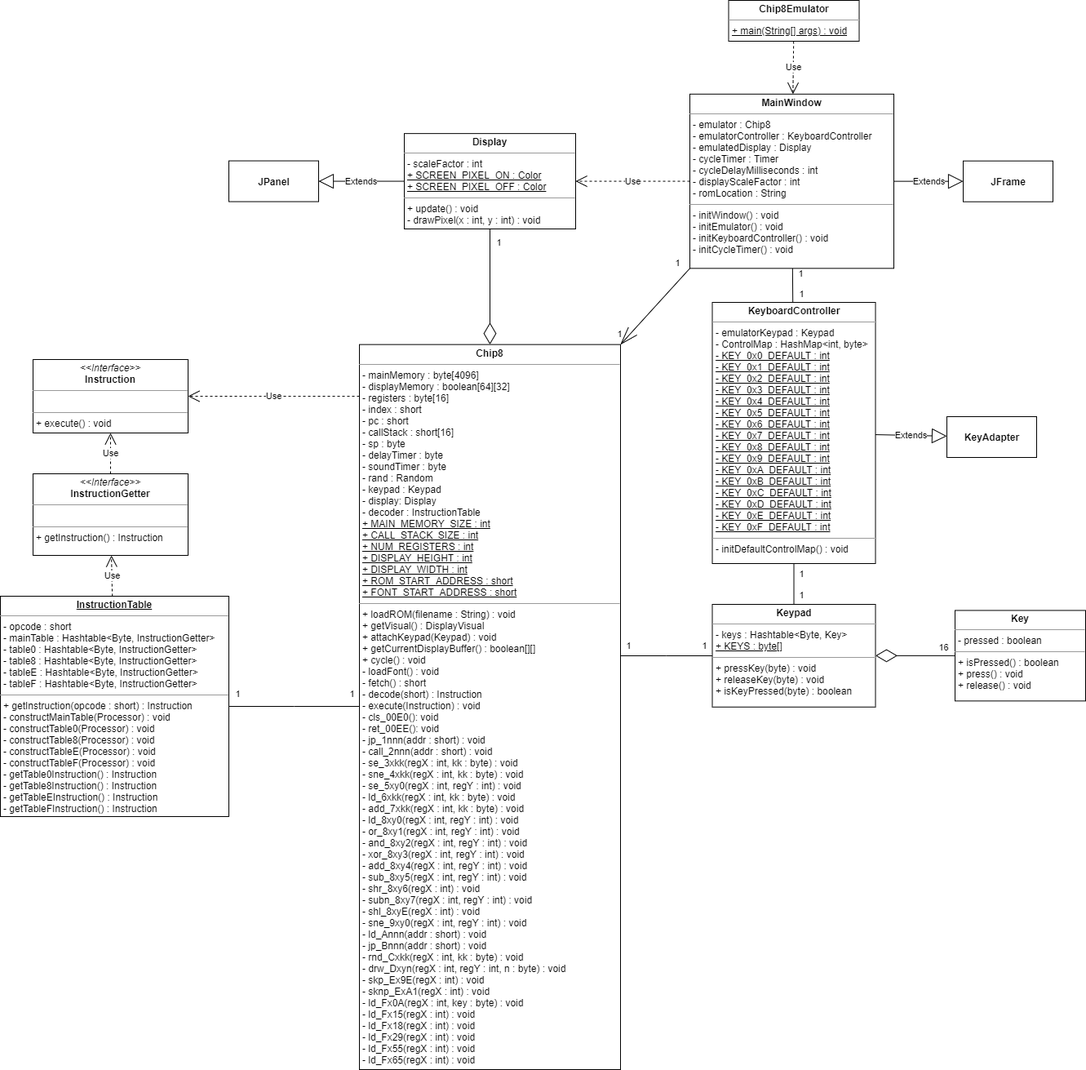
Pokepeople02/Chip8 keeps this draw.io diagram as diagrams/ClassDiagram.png. Above is the earlier version. Source tidied: cells renumbered, new cells last; positions are measured from the earlier drawing's top-left corner, leaving out a move shared by most shapes.
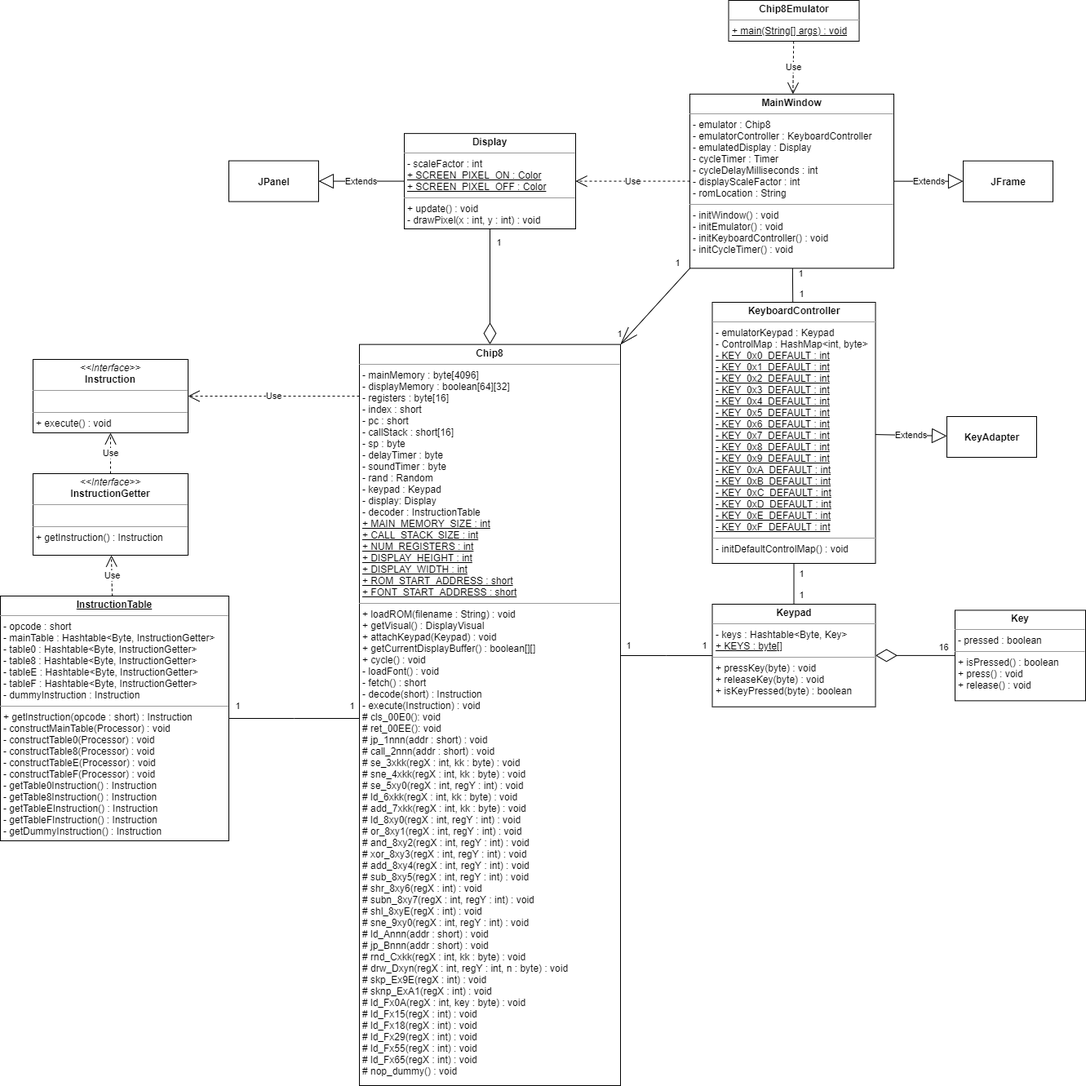
After the commit.

Commit message:
Made further modifications to class diagram.

Added dummy nop instruction and modified InstructionTable and Chip8
accordingly.
Changed access level for Chip8 instruction methods from public to
protected for more appropriate information hiding.

Change to the diagram source:
```diff
@@ -15,8 +15,8 @@
         <mxPoint y="-15.3" as="offset" />
       </mxGeometry>
     </mxCell>
-    <mxCell id="5" value="&lt;p style=&quot;margin: 0px ; margin-top: 4px ; text-align: center&quot;&gt;&lt;b&gt;Chip8&lt;/b&gt;&lt;/p&gt;&lt;hr size=&quot;1&quot;&gt;&lt;p style=&quot;margin: 0px ; margin-left: 4px&quot;&gt;- mainMemory : byte[4096]&lt;/p&gt;&lt;p style=&quot;margin: 0px ; margin-left: 4px&quot;&gt;- displayMemory : boolean[64][32]&lt;/p&gt;&lt;p style=&quot;margin: 0px 0px 0px 4px&quot;&gt;- registers : byte[16]&lt;/p&gt;&lt;p style=&quot;margin: 0px 0px 0px 4px&quot;&gt;- index : short&lt;/p&gt;&lt;p style=&quot;margin: 0px 0px 0px 4px&quot;&gt;- pc : short&lt;/p&gt;&lt;p style=&quot;margin: 0px 0px 0px 4px&quot;&gt;- callStack : short[16]&lt;/p&gt;&lt;p style=&quot;margin: 0px 0px 0px 4px&quot;&gt;- sp : byte&lt;/p&gt;&lt;p style=&quot;margin: 0px 0px 0px 4px&quot;&gt;- delayTimer : byte&lt;/p&gt;&lt;p style=&quot;margin: 0px 0px 0px 4px&quot;&gt;- soundTimer : byte&lt;/p&gt;&lt;p style=&quot;margin: 0px 0px 0px 4px&quot;&gt;- rand : Random&lt;/p&gt;&lt;p style=&quot;margin: 0px ; margin-left: 4px&quot;&gt;- keypad : Keypad&lt;/p&gt;&lt;p style=&quot;margin: 0px ; margin-left: 4px&quot;&gt;- display: Display&lt;br&gt;&lt;/p&gt;&lt;p style=&quot;margin: 0px ; margin-left: 4px&quot;&gt;- decoder : InstructionTable&lt;/p&gt;&lt;p style=&quot;margin: 0px ; margin-left: 4px&quot;&gt;&lt;u&gt;+ MAIN_MEMORY_SIZE : int&lt;/u&gt;&lt;/p&gt;&lt;p style=&quot;margin: 0px 0px 0px 4px&quot;&gt;&lt;u&gt;+ CALL_STACK_SIZE : int&lt;/u&gt;&lt;/p&gt;&lt;p style=&quot;margin: 0px 0px 0px 4px&quot;&gt;&lt;u&gt;+ NUM_REGISTERS : int&lt;/u&gt;&lt;/p&gt;&lt;p style=&quot;margin: 0px ; margin-left: 4px&quot;&gt;&lt;u&gt;+ DISPLAY_HEIGHT : int&lt;/u&gt;&lt;/p&gt;&lt;p style=&quot;margin: 0px ; margin-left: 4px&quot;&gt;&lt;u&gt;+ DISPLAY_WIDTH : int&lt;/u&gt;&lt;/p&gt;&lt;p style=&quot;margin: 0px ; margin-left: 4px&quot;&gt;&lt;u&gt;+ ROM_START_ADDRESS : short&lt;/u&gt;&lt;/p&gt;&lt;p style=&quot;margin: 0px ; margin-left: 4px&quot;&gt;&lt;u&gt;+ FONT_START_ADDRESS : short&lt;/u&gt;&lt;/p&gt;&lt;hr size=&quot;1&quot;&gt;&lt;p style=&quot;margin: 0px ; margin-left: 4px&quot;&gt;+ loadROM(filename : String) : void&lt;/p&gt;&lt;p style=&quot;margin: 0px ; margin-left: 4px&quot;&gt;+ getVisual() : DisplayVisual&lt;/p&gt;&lt;p style=&quot;margin: 0px ; margin-left: 4px&quot;&gt;+ attachKeypad(Keypad) : void&lt;br&gt;&lt;/p&gt;&lt;p style=&quot;margin: 0px ; margin-left: 4px&quot;&gt;+ getCurrentDisplayBuffer() : boolean[][]&lt;br&gt;&lt;/p&gt;&lt;p style=&quot;margin: 0px ; margin-left: 4px&quot;&gt;+ cycle() : void&lt;br&gt;&lt;/p&gt;&lt;p style=&quot;margin: 0px ; margin-left: 4px&quot;&gt;- loadFont() : void&lt;/p&gt;&lt;p style=&quot;margin: 0px ; margin-left: 4px&quot;&gt;- fetch() : short&lt;/p&gt;&lt;p style=&quot;margin: 0px ; margin-left: 4px&quot;&gt;- decode(short) : Instruction&lt;/p&gt;&lt;p style=&quot;margin: 0px ; margin-left: 4px&quot;&gt;- execute(Instruction) : void&lt;/p&gt;&lt;p style=&quot;margin: 0px 0px 0px 4px&quot;&gt;- cls_00E0(): void&lt;br&gt;&lt;/p&gt;&lt;p style=&quot;margin: 0px 0px 0px 4px&quot;&gt;- ret_00EE(): void&lt;/p&gt;&lt;p style=&quot;margin: 0px 0px 0px 4px&quot;&gt;- jp_1nnn(addr : short) : void&lt;/p&gt;&lt;p style=&quot;margin: 0px 0px 0px 4px&quot;&gt;- call_2nnn(addr : short) : void&lt;/p&gt;&lt;p style=&quot;margin: 0px 0px 0px 4px&quot;&gt;- se_3xkk(regX : int, kk : byte) : void&lt;/p&gt;&lt;p style=&quot;margin: 0px 0px 0px 4px&quot;&gt;- sne_4xkk(regX : int, kk : byte) : void&lt;/p&gt;&lt;p style=&quot;margin: 0px 0px 0px 4px&quot;&gt;- se_5xy0(regX : int, regY : int) : void&lt;/p&gt;&lt;p style=&quot;margin: 0px 0px 0px 4px&quot;&gt;- ld_6xkk(regX : int, kk : byte) : void&lt;/p&gt;&lt;p style=&quot;margin: 0px 0px 0px 4px&quot;&gt;- add_7xkk(regX : int, kk : byte) : void&lt;/p&gt;&lt;p style=&quot;margin: 0px 0px 0px 4px&quot;&gt;- ld_8xy0(regX : int, regY : int) : void&lt;/p&gt;&lt;p style=&quot;margin: 0px 0px 0px 4px&quot;&gt;- or_8xy1(regX : int, regY : int) : void&lt;/p&gt;&lt;p style=&quot;margin: 0px 0px 0px 4px&quot;&gt;- and_8xy2(regX : int, regY : int) : void&lt;/p&gt;&lt;p style=&quot;margin: 0px 0px 0px 4px&quot;&gt;- xor_8xy3(regX : int, regY : int) : void&lt;/p&gt;&lt;p style=&quot;margin: 0px 0px 0px 4px&quot;&gt;- add_8xy4(regX : int, regY : int) : void&lt;/p&gt;&lt;p style=&quot;margin: 0px 0px 0px 4px&quot;&gt;- sub_8xy5(regX : int, regY : int) : void&lt;/p&gt;&lt;p style=&quot;margin: 0px 0px 0px 4px&quot;&gt;- shr_8xy6(regX : int) : void&lt;/p&gt;&lt;p style=&quot;margin: 0px 0px 0px 4px&quot;&gt;- subn_8xy7(regX : int, regY : int) : void&lt;/p&gt;&lt;p style=&quot;margin: 0px 0px 0px 4px&quot;&gt;- shl_8xyE(regX : int) : void&lt;/p&gt;&lt;p style=&quot;margin: 0px 0px 0px 4px&quot;&gt;- sne_9xy0(regX : int, regY : int) : void&lt;/p&gt;&lt;p style=&quot;margin: 0px 0px 0px 4px&quot;&gt;- ld_Annn(addr : short) : void&lt;/p&gt;&lt;p style=&quot;margin: 0px 0px 0px 4px&quot;&gt;- jp_Bnnn(addr : short) : void&lt;/p&gt;&lt;p style=&quot;margin: 0px 0px 0px 4px&quot;&gt;- rnd_Cxkk(regX : int, kk : byte) : void&lt;/p&gt;&lt;p style=&quot;margin: 0px 0px 0px 4px&quot;&gt;- drw_Dxyn(regX : int, regY : int, n : byte) : void&lt;/p&gt;&lt;p style=&quot;margin: 0px 0px 0px 4px&quot;&gt;- skp_Ex9E(regX : int) : void&lt;/p&gt;&lt;p style=&quot;margin: 0px 0px 0px 4px&quot;&gt;- sknp_ExA1(regX : int) : void&lt;/p&gt;&lt;p style=&quot;margin: 0px 0px 0px 4px&quot;&gt;- ld_Fx0A(regX : int, key : byte) : void&lt;/p&gt;&lt;p style=&quot;margin: 0px 0px 0px 4px&quot;&gt;- ld_Fx15(regX : int) : void&lt;/p&gt;&lt;p style=&quot;margin: 0px 0px 0px 4px&quot;&gt;- ld_Fx18(regX : int) : void&lt;/p&gt;&lt;p style=&quot;margin: 0px 0px 0px 4px&quot;&gt;- ld_Fx29(regX : int) : void&lt;/p&gt;&lt;p style=&quot;margin: 0px 0px 0px 4px&quot;&gt;- ld_Fx55(regX : int) : void&lt;/p&gt;&lt;p style=&quot;margin: 0px 0px 0px 4px&quot;&gt;- ld_Fx65(regX : int) : void&lt;/p&gt;" style="verticalAlign=top;align=left;overflow=fill;fontSize=12;fontFamily=Helvetica;html=1;" parent="1" vertex="1">
-      <mxGeometry x="440" y="421.6" width="320" height="888.4" as="geometry" />
+    <mxCell id="5" value="&lt;p style=&quot;margin: 0px ; margin-top: 4px ; text-align: center&quot;&gt;&lt;b&gt;Chip8&lt;/b&gt;&lt;/p&gt;&lt;hr size=&quot;1&quot;&gt;&lt;p style=&quot;margin: 0px ; margin-left: 4px&quot;&gt;- mainMemory : byte[4096]&lt;/p&gt;&lt;p style=&quot;margin: 0px ; margin-left: 4px&quot;&gt;- displayMemory : boolean[64][32]&lt;/p&gt;&lt;p style=&quot;margin: 0px 0px 0px 4px&quot;&gt;- registers : byte[16]&lt;/p&gt;&lt;p style=&quot;margin: 0px 0px 0px 4px&quot;&gt;- index : short&lt;/p&gt;&lt;p style=&quot;margin: 0px 0px 0px 4px&quot;&gt;- pc : short&lt;/p&gt;&lt;p style=&quot;margin: 0px 0px 0px 4px&quot;&gt;- callStack : short[16]&lt;/p&gt;&lt;p style=&quot;margin: 0px 0px 0px 4px&quot;&gt;- sp : byte&lt;/p&gt;&lt;p style=&quot;margin: 0px 0px 0px 4px&quot;&gt;- delayTimer : byte&lt;/p&gt;&lt;p style=&quot;margin: 0px 0px 0px 4px&quot;&gt;- soundTimer : byte&lt;/p&gt;&lt;p style=&quot;margin: 0px 0px 0px 4px&quot;&gt;- rand : Random&lt;/p&gt;&lt;p style=&quot;margin: 0px ; margin-left: 4px&quot;&gt;- keypad : Keypad&lt;/p&gt;&lt;p style=&quot;margin: 0px ; margin-left: 4px&quot;&gt;- display: Display&lt;br&gt;&lt;/p&gt;&lt;p style=&quot;margin: 0px ; margin-left: 4px&quot;&gt;- decoder : InstructionTable&lt;/p&gt;&lt;p style=&quot;margin: 0px ; margin-left: 4px&quot;&gt;&lt;u&gt;+ MAIN_MEMORY_SIZE : int&lt;/u&gt;&lt;/p&gt;&lt;p style=&quot;margin: 0px 0px 0px 4px&quot;&gt;&lt;u&gt;+ CALL_STACK_SIZE : int&lt;/u&gt;&lt;/p&gt;&lt;p style=&quot;margin: 0px 0px 0px 4px&quot;&gt;&lt;u&gt;+ NUM_REGISTERS : int&lt;/u&gt;&lt;/p&gt;&lt;p style=&quot;margin: 0px ; margin-left: 4px&quot;&gt;&lt;u&gt;+ DISPLAY_HEIGHT : int&lt;/u&gt;&lt;/p&gt;&lt;p style=&quot;margin: 0px ; margin-left: 4px&quot;&gt;&lt;u&gt;+ DISPLAY_WIDTH : int&lt;/u&gt;&lt;/p&gt;&lt;p style=&quot;margin: 0px ; margin-left: 4px&quot;&gt;&lt;u&gt;+ ROM_START_ADDRESS : short&lt;/u&gt;&lt;/p&gt;&lt;p style=&quot;margin: 0px ; margin-left: 4px&quot;&gt;&lt;u&gt;+ FONT_START_ADDRESS : short&lt;/u&gt;&lt;/p&gt;&lt;hr size=&quot;1&quot;&gt;&lt;p style=&quot;margin: 0px ; margin-left: 4px&quot;&gt;+ loadROM(filename : String) : void&lt;/p&gt;&lt;p style=&quot;margin: 0px ; margin-left: 4px&quot;&gt;+ getVisual() : DisplayVisual&lt;/p&gt;&lt;p style=&quot;margin: 0px ; margin-left: 4px&quot;&gt;+ attachKeypad(Keypad) : void&lt;br&gt;&lt;/p&gt;&lt;p style=&quot;margin: 0px ; margin-left: 4px&quot;&gt;+ getCurrentDisplayBuffer() : boolean[][]&lt;br&gt;&lt;/p&gt;&lt;p style=&quot;margin: 0px ; margin-left: 4px&quot;&gt;+ cycle() : void&lt;br&gt;&lt;/p&gt;&lt;p style=&quot;margin: 0px ; margin-left: 4px&quot;&gt;- loadFont() : void&lt;/p&gt;&lt;p style=&quot;margin: 0px ; margin-left: 4px&quot;&gt;- fetch() : short&lt;/p&gt;&lt;p style=&quot;margin: 0px ; margin-left: 4px&quot;&gt;- decode(short) : Instruction&lt;/p&gt;&lt;p style=&quot;margin: 0px ; margin-left: 4px&quot;&gt;- execute(Instruction) : void&lt;/p&gt;&lt;p style=&quot;margin: 0px 0px 0px 4px&quot;&gt;# cls_00E0(): void&lt;br&gt;&lt;/p&gt;&lt;p style=&quot;margin: 0px 0px 0px 4px&quot;&gt;# ret_00EE(): void&lt;/p&gt;&lt;p style=&quot;margin: 0px 0px 0px 4px&quot;&gt;# jp_1nnn(addr : short) : void&lt;/p&gt;&lt;p style=&quot;margin: 0px 0px 0px 4px&quot;&gt;# call_2nnn(addr : short) : void&lt;/p&gt;&lt;p style=&quot;margin: 0px 0px 0px 4px&quot;&gt;# se_3xkk(regX : int, kk : byte) : void&lt;/p&gt;&lt;p style=&quot;margin: 0px 0px 0px 4px&quot;&gt;# sne_4xkk(regX : int, kk : byte) : void&lt;/p&gt;&lt;p style=&quot;margin: 0px 0px 0px 4px&quot;&gt;# se_5xy0(regX : int, regY : int) : void&lt;/p&gt;&lt;p style=&quot;margin: 0px 0px 0px 4px&quot;&gt;# ld_6xkk(regX : int, kk : byte) : void&lt;/p&gt;&lt;p style=&quot;margin: 0px 0px 0px 4px&quot;&gt;# add_7xkk(regX : int, kk : byte) : void&lt;/p&gt;&lt;p style=&quot;margin: 0px 0px 0px 4px&quot;&gt;# ld_8xy0(regX : int, regY : int) : void&lt;/p&gt;&lt;p style=&quot;margin: 0px 0px 0px 4px&quot;&gt;# or_8xy1(regX : int, regY : int) : void&lt;/p&gt;&lt;p style=&quot;margin: 0px 0px 0px 4px&quot;&gt;# and_8xy2(regX : int, regY : int) : void&lt;/p&gt;&lt;p style=&quot;margin: 0px 0px 0px 4px&quot;&gt;# xor_8xy3(regX : int, regY : int) : void&lt;/p&gt;&lt;p style=&quot;margin: 0px 0px 0px 4px&quot;&gt;# add_8xy4(regX : int, regY : int) : void&lt;/p&gt;&lt;p style=&quot;margin: 0px 0px 0px 4px&quot;&gt;# sub_8xy5(regX : int, regY : int) : void&lt;/p&gt;&lt;p style=&quot;margin: 0px 0px 0px 4px&quot;&gt;# shr_8xy6(regX : int) : void&lt;/p&gt;&lt;p style=&quot;margin: 0px 0px 0px 4px&quot;&gt;# subn_8xy7(regX : int, regY : int) : void&lt;/p&gt;&lt;p style=&quot;margin: 0px 0px 0px 4px&quot;&gt;# shl_8xyE(regX : int) : void&lt;/p&gt;&lt;p style=&quot;margin: 0px 0px 0px 4px&quot;&gt;# sne_9xy0(regX : int, regY : int) : void&lt;/p&gt;&lt;p style=&quot;margin: 0px 0px 0px 4px&quot;&gt;# ld_Annn(addr : short) : void&lt;/p&gt;&lt;p style=&quot;margin: 0px 0px 0px 4px&quot;&gt;# jp_Bnnn(addr : short) : void&lt;/p&gt;&lt;p style=&quot;margin: 0px 0px 0px 4px&quot;&gt;# rnd_Cxkk(regX : int, kk : byte) : void&lt;/p&gt;&lt;p style=&quot;margin: 0px 0px 0px 4px&quot;&gt;# drw_Dxyn(regX : int, regY : int, n : byte) : void&lt;/p&gt;&lt;p style=&quot;margin: 0px 0px 0px 4px&quot;&gt;# skp_Ex9E(regX : int) : void&lt;/p&gt;&lt;p style=&quot;margin: 0px 0px 0px 4px&quot;&gt;# sknp_ExA1(regX : int) : void&lt;/p&gt;&lt;p style=&quot;margin: 0px 0px 0px 4px&quot;&gt;# ld_Fx0A(regX : int, key : byte) : void&lt;/p&gt;&lt;p style=&quot;margin: 0px 0px 0px 4px&quot;&gt;# ld_Fx15(regX : int) : void&lt;/p&gt;&lt;p style=&quot;margin: 0px 0px 0px 4px&quot;&gt;# ld_Fx18(regX : int) : void&lt;/p&gt;&lt;p style=&quot;margin: 0px 0px 0px 4px&quot;&gt;# ld_Fx29(regX : int) : void&lt;/p&gt;&lt;p style=&quot;margin: 0px 0px 0px 4px&quot;&gt;# ld_Fx55(regX : int) : void&lt;/p&gt;&lt;p style=&quot;margin: 0px 0px 0px 4px&quot;&gt;# ld_Fx65(regX : int) : void&lt;/p&gt;&lt;p style=&quot;margin: 0px 0px 0px 4px&quot;&gt;# nop_dummy() : void&lt;/p&gt;" style="verticalAlign=top;align=left;overflow=fill;fontSize=12;fontFamily=Helvetica;html=1;" parent="1" vertex="1">
+      <mxGeometry x="440" y="421.6" width="320" height="908.4" as="geometry" />
     </mxCell>
     <mxCell id="6" style="edgeStyle=elbowEdgeStyle;rounded=0;jettySize=auto;elbow=vertical;html=1;endArrow=none;endFill=0;" parent="1" edge="1" source="9" target="5">
       <mxGeometry relative="1" as="geometry" />
@@ -45,8 +45,8 @@
         <mxPoint y="-13" as="offset" />
       </mxGeometry>
     </mxCell>
-    <mxCell id="13" value="&lt;p style=&quot;margin: 0px ; margin-top: 4px ; text-align: center&quot;&gt;&lt;b&gt;&lt;u&gt;InstructionTable&lt;/u&gt;&lt;/b&gt;&lt;/p&gt;&lt;hr size=&quot;1&quot;&gt;&lt;p style=&quot;margin: 0px ; margin-left: 4px&quot;&gt;- opcode : short&lt;br&gt;&lt;/p&gt;&lt;p style=&quot;margin: 0px ; margin-left: 4px&quot;&gt;&lt;span&gt;- mainTable : Hashtable&amp;lt;Byte, InstructionGetter&amp;gt;&lt;/span&gt;&lt;/p&gt;&lt;p style=&quot;margin: 0px ; margin-left: 4px&quot;&gt;&lt;span&gt;- table0 : Hashtable&amp;lt;Byte,&amp;nbsp;&lt;/span&gt;InstructionGetter&lt;span&gt;&amp;gt;&lt;/span&gt;&lt;/p&gt;&lt;p style=&quot;margin: 0px ; margin-left: 4px&quot;&gt;&lt;span&gt;- table8 : Hashtable&amp;lt;Byte,&amp;nbsp;&lt;/span&gt;InstructionGetter&lt;span&gt;&amp;gt;&lt;/span&gt;&lt;/p&gt;&lt;p style=&quot;margin: 0px ; margin-left: 4px&quot;&gt;&lt;span&gt;- tableE : Hashtable&amp;lt;Byte,&amp;nbsp;&lt;/span&gt;InstructionGetter&lt;span&gt;&amp;gt;&lt;/span&gt;&lt;/p&gt;&lt;p style=&quot;margin: 0px ; margin-left: 4px&quot;&gt;&lt;span&gt;- tableF : Hashtable&amp;lt;Byte,&amp;nbsp;&lt;/span&gt;InstructionGetter&lt;span&gt;&amp;gt;&lt;/span&gt;&lt;/p&gt;&lt;hr size=&quot;1&quot;&gt;&lt;p style=&quot;margin: 0px ; margin-left: 4px&quot;&gt;+ getInstruction(opcode : short) : Instruction&lt;br&gt;&lt;/p&gt;&lt;p style=&quot;margin: 0px ; margin-left: 4px&quot;&gt;- constructMainTable(Processor) : void&lt;/p&gt;&lt;p style=&quot;margin: 0px ; margin-left: 4px&quot;&gt;- constructTable0(Processor) : void&lt;/p&gt;&lt;p style=&quot;margin: 0px ; margin-left: 4px&quot;&gt;- constructTable8(Processor) : void&lt;/p&gt;&lt;p style=&quot;margin: 0px ; margin-left: 4px&quot;&gt;- constructTableE(Processor) : void&lt;/p&gt;&lt;p style=&quot;margin: 0px ; margin-left: 4px&quot;&gt;- constructTableF(Processor) : void&lt;/p&gt;&lt;p style=&quot;margin: 0px ; margin-left: 4px&quot;&gt;- getTable0Instruction() : Instruction&lt;/p&gt;&lt;p style=&quot;margin: 0px ; margin-left: 4px&quot;&gt;- getTable8Instruction() : Instruction&lt;/p&gt;&lt;p style=&quot;margin: 0px ; margin-left: 4px&quot;&gt;- getTableEInstruction() : Instruction&lt;/p&gt;&lt;p style=&quot;margin: 0px ; margin-left: 4px&quot;&gt;- getTableFInstruction() : Instruction&lt;/p&gt;" style="verticalAlign=top;align=left;overflow=fill;fontSize=12;fontFamily=Helvetica;html=1;" parent="1" vertex="1">
-      <mxGeometry y="730" width="280" height="270" as="geometry" />
+    <mxCell id="13" value="&lt;p style=&quot;margin: 0px ; margin-top: 4px ; text-align: center&quot;&gt;&lt;b&gt;&lt;u&gt;InstructionTable&lt;/u&gt;&lt;/b&gt;&lt;/p&gt;&lt;hr size=&quot;1&quot;&gt;&lt;p style=&quot;margin: 0px ; margin-left: 4px&quot;&gt;- opcode : short&lt;br&gt;&lt;/p&gt;&lt;p style=&quot;margin: 0px ; margin-left: 4px&quot;&gt;&lt;span&gt;- mainTable : Hashtable&amp;lt;Byte, InstructionGetter&amp;gt;&lt;/span&gt;&lt;/p&gt;&lt;p style=&quot;margin: 0px ; margin-left: 4px&quot;&gt;&lt;span&gt;- table0 : Hashtable&amp;lt;Byte,&amp;nbsp;&lt;/span&gt;InstructionGetter&lt;span&gt;&amp;gt;&lt;/span&gt;&lt;/p&gt;&lt;p style=&quot;margin: 0px ; margin-left: 4px&quot;&gt;&lt;span&gt;- table8 : Hashtable&amp;lt;Byte,&amp;nbsp;&lt;/span&gt;InstructionGetter&lt;span&gt;&amp;gt;&lt;/span&gt;&lt;/p&gt;&lt;p style=&quot;margin: 0px ; margin-left: 4px&quot;&gt;&lt;span&gt;- tableE : Hashtable&amp;lt;Byte,&amp;nbsp;&lt;/span&gt;InstructionGetter&lt;span&gt;&amp;gt;&lt;/span&gt;&lt;/p&gt;&lt;p style=&quot;margin: 0px ; margin-left: 4px&quot;&gt;&lt;span&gt;- tableF : Hashtable&amp;lt;Byte,&amp;nbsp;&lt;/span&gt;InstructionGetter&lt;span&gt;&amp;gt;&lt;/span&gt;&lt;/p&gt;&lt;p style=&quot;margin: 0px ; margin-left: 4px&quot;&gt;&lt;span&gt;- dummyInstruction : Instruction&lt;/span&gt;&lt;/p&gt;&lt;hr size=&quot;1&quot;&gt;&lt;p style=&quot;margin: 0px ; margin-left: 4px&quot;&gt;+ getInstruction(opcode : short) : Instruction&lt;br&gt;&lt;/p&gt;&lt;p style=&quot;margin: 0px ; margin-left: 4px&quot;&gt;- constructMainTable(Processor) : void&lt;/p&gt;&lt;p style=&quot;margin: 0px ; margin-left: 4px&quot;&gt;- constructTable0(Processor) : void&lt;/p&gt;&lt;p style=&quot;margin: 0px ; margin-left: 4px&quot;&gt;- constructTable8(Processor) : void&lt;/p&gt;&lt;p style=&quot;margin: 0px ; margin-left: 4px&quot;&gt;- constructTableE(Processor) : void&lt;/p&gt;&lt;p style=&quot;margin: 0px ; margin-left: 4px&quot;&gt;- constructTableF(Processor) : void&lt;/p&gt;&lt;p style=&quot;margin: 0px ; margin-left: 4px&quot;&gt;- getTable0Instruction() : Instruction&lt;/p&gt;&lt;p style=&quot;margin: 0px ; margin-left: 4px&quot;&gt;- getTable8Instruction() : Instruction&lt;/p&gt;&lt;p style=&quot;margin: 0px ; margin-left: 4px&quot;&gt;- getTableEInstruction() : Instruction&lt;/p&gt;&lt;p style=&quot;margin: 0px ; margin-left: 4px&quot;&gt;- getTableFInstruction() : Instruction&lt;/p&gt;&lt;p style=&quot;margin: 0px ; margin-left: 4px&quot;&gt;- getDummyInstruction() : Instruction&lt;/p&gt;" style="verticalAlign=top;align=left;overflow=fill;fontSize=12;fontFamily=Helvetica;html=1;" parent="1" vertex="1">
+      <mxGeometry y="730" width="280" height="300" as="geometry" />
     </mxCell>
     <mxCell id="14" value="&lt;p style=&quot;margin: 0px ; margin-top: 4px ; text-align: center&quot;&gt;&lt;i&gt;&amp;lt;&amp;lt;Interface&amp;gt;&amp;gt;&lt;/i&gt;&lt;br&gt;&lt;b&gt;InstructionGetter&lt;/b&gt;&lt;/p&gt;&lt;hr size=&quot;1&quot;&gt;&lt;p style=&quot;margin: 0px ; margin-left: 4px&quot;&gt;&lt;br&gt;&lt;/p&gt;&lt;hr size=&quot;1&quot;&gt;&lt;p style=&quot;margin: 0px ; margin-left: 4px&quot;&gt;+ getInstruction() : Instruction&lt;/p&gt;" style="verticalAlign=top;align=left;overflow=fill;fontSize=12;fontFamily=Helvetica;html=1;" parent="1" vertex="1">
       <mxGeometry x="40" y="580" width="190" height="100" as="geometry" />
```
